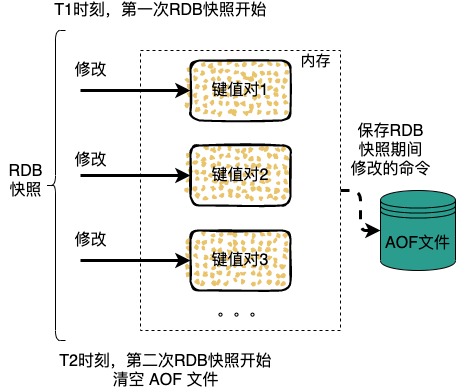
Above: img/redis/redis-aof-and-rdb.png in boilingfrog/Go-POINT (draw.io), before the change. Source tidied: cells renumbered, new cells last; positions are measured from the earlier drawing's top-left corner, leaving out a move shared by most shapes.
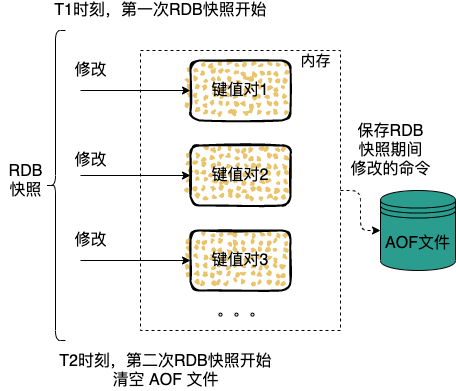
After the change.

Commit message:
feat:redis 中的持久化

The edit, as a diff of the source:
```diff
@@ -5,13 +5,13 @@
     <mxCell id="2" value="T1时刻，第一次RDB快照开始" style="text;html=1;align=center;verticalAlign=middle;strokeColor=none;fillColor=none;fontSize=16;" parent="1" vertex="1">
       <mxGeometry x="45" width="230" height="20" as="geometry" />
     </mxCell>
-    <mxCell id="3" style="edgeStyle=orthogonalEdgeStyle;html=1;entryX=0;entryY=0.5;entryDx=0;entryDy=0;fontSize=16;startArrow=none;startFill=0;endArrow=classic;endFill=1;strokeWidth=3;dashed=1;" parent="1" edge="1" source="4" target="16">
+    <mxCell id="3" style="edgeStyle=orthogonalEdgeStyle;html=1;entryX=0;entryY=0.5;entryDx=0;entryDy=0;fontSize=16;startArrow=none;startFill=0;endArrow=classic;endFill=1;strokeWidth=1;dashed=1;" parent="1" edge="1" source="4" target="16">
       <mxGeometry relative="1" as="geometry" />
     </mxCell>
     <mxCell id="4" style="verticalLabelPosition=bottom;verticalAlign=top;html=1;shape=mxgraph.basic.rect;fillColor2=none;strokeWidth=1;size=20;indent=5;fillColor=none;dashed=1;" parent="1" vertex="1">
       <mxGeometry x="140" y="50" width="200" height="280" as="geometry" />
     </mxCell>
-    <mxCell id="5" style="edgeStyle=orthogonalEdgeStyle;html=1;fontSize=16;startArrow=classic;startFill=1;endArrow=none;endFill=0;strokeWidth=3;" parent="1" edge="1" source="6">
+    <mxCell id="5" style="edgeStyle=orthogonalEdgeStyle;html=1;fontSize=16;startArrow=classic;startFill=1;endArrow=none;endFill=0;strokeWidth=1;" parent="1" edge="1" source="6">
       <mxGeometry relative="1" as="geometry">
         <mxPoint x="80" y="90" as="targetPoint" />
       </mxGeometry>
@@ -19,7 +19,7 @@
     <mxCell id="6" value="键值对1" style="rounded=1;whiteSpace=wrap;html=1;strokeWidth=2;fillWeight=2;hachureGap=8;hachureAngle=45;fillColor=#E9C46A;sketch=1;fontSize=16;fillStyle=dots;" parent="1" vertex="1">
       <mxGeometry x="190" y="60" width="100" height="60" as="geometry" />
     </mxCell>
-    <mxCell id="7" style="edgeStyle=orthogonalEdgeStyle;html=1;fontSize=16;startArrow=classic;startFill=1;endArrow=none;endFill=0;strokeWidth=3;" parent="1" edge="1" source="8">
+    <mxCell id="7" style="edgeStyle=orthogonalEdgeStyle;html=1;fontSize=16;startArrow=classic;startFill=1;endArrow=none;endFill=0;strokeWidth=1;" parent="1" edge="1" source="8">
       <mxGeometry relative="1" as="geometry">
         <mxPoint x="80" y="175" as="targetPoint" />
       </mxGeometry>
@@ -27,7 +27,7 @@
     <mxCell id="8" value="键值对2" style="rounded=1;whiteSpace=wrap;html=1;strokeWidth=2;fillWeight=2;hachureGap=8;hachureAngle=45;fillColor=#E9C46A;sketch=1;fontSize=16;fillStyle=dots;" parent="1" vertex="1">
       <mxGeometry x="190" y="145" width="100" height="60" as="geometry" />
     </mxCell>
-    <mxCell id="9" style="edgeStyle=orthogonalEdgeStyle;html=1;fontSize=16;startArrow=classic;startFill=1;endArrow=none;endFill=0;strokeWidth=3;" parent="1" edge="1" source="10">
+    <mxCell id="9" style="edgeStyle=orthogonalEdgeStyle;html=1;fontSize=16;startArrow=classic;startFill=1;endArrow=none;endFill=0;strokeWidth=1;" parent="1" edge="1" source="10">
       <mxGeometry relative="1" as="geometry">
         <mxPoint x="80" y="260" as="targetPoint" />
       </mxGeometry>
```
